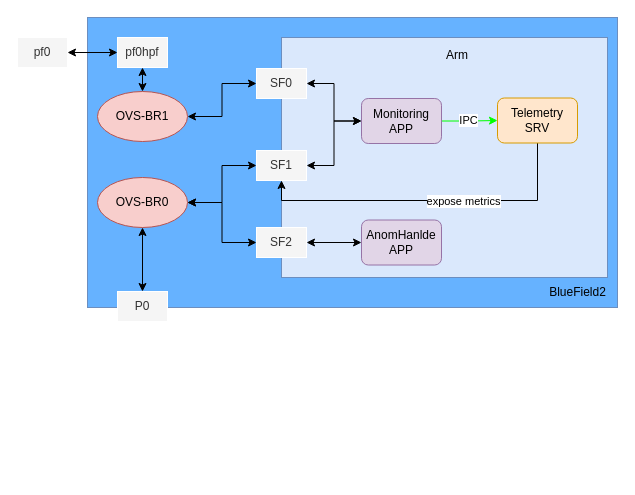
poetlife/diagrams keeps this draw.io diagram as QoS服务降级模块设计.drawio. Above is the earlier version. Source tidied: cells renumbered, new cells numbered last; positions are measured from the earlier drawing's top-left corner, leaving out a move shared by most shapes. Both pictures are drawn from the tidied source at 100%, with x=0, y=0 at pixel (17, 17).
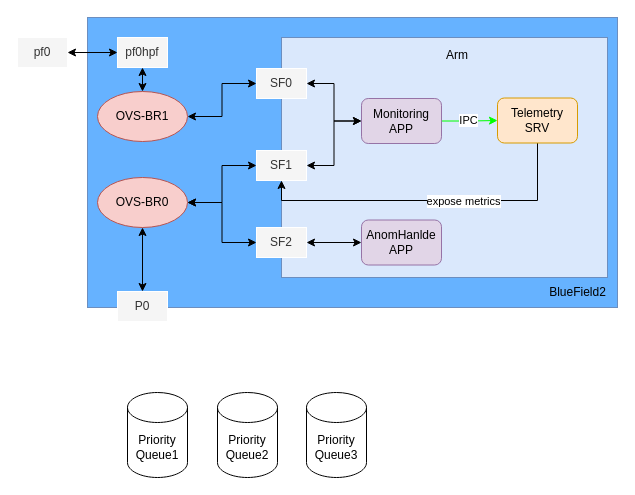
The same diagram, later.

Commit message (it also covers changes not shown here):
更新QoS服务降级模块设计.drawio

Diff of the diagram source:
```diff
@@
+    <mxCell id="31" value="Priority&lt;br&gt;Queue1" style="shape=cylinder3;whiteSpace=wrap;html=1;boundedLbl=1;backgroundOutline=1;size=15;" parent="1" vertex="1">
+      <mxGeometry x="110" y="375" width="60" height="85" as="geometry" />
+    </mxCell>
+    <mxCell id="32" value="Priority&lt;br&gt;Queue2" style="shape=cylinder3;whiteSpace=wrap;html=1;boundedLbl=1;backgroundOutline=1;size=15;" parent="1" vertex="1">
+      <mxGeometry x="200" y="375" width="60" height="85" as="geometry" />
+    </mxCell>
+    <mxCell id="33" value="Priority&lt;br&gt;Queue3" style="shape=cylinder3;whiteSpace=wrap;html=1;boundedLbl=1;backgroundOutline=1;size=15;" parent="1" vertex="1">
+      <mxGeometry x="289" y="375" width="60" height="85" as="geometry" />
+    </mxCell>
```
